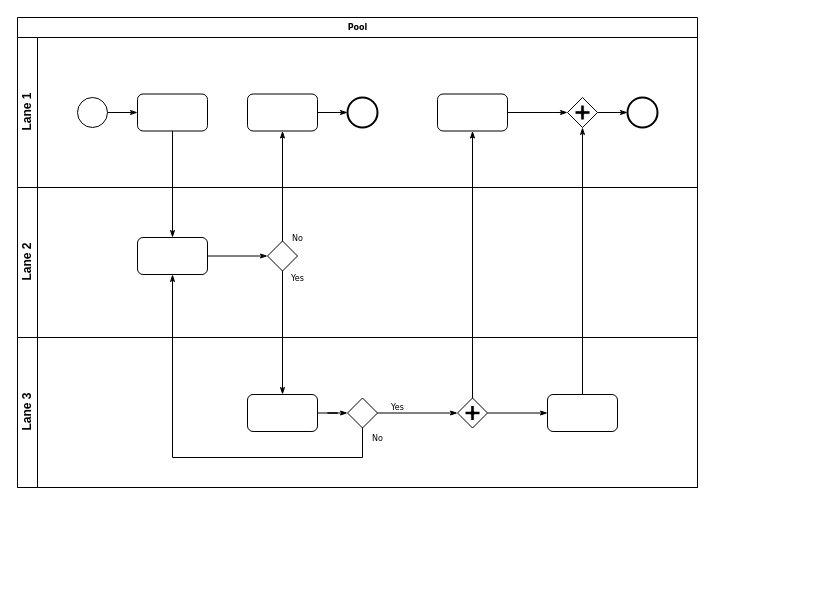
This is Untitled Diagram.drawio from 0sugo/posta, a draw.io file, before an edit. Source tidied: cells renumbered, new cells numbered last; positions are measured from the earlier drawing's top-left corner, leaving out a move shared by most shapes. Both pictures are drawn from the tidied source at 100%, with x=0, y=0 at pixel (17, 17).
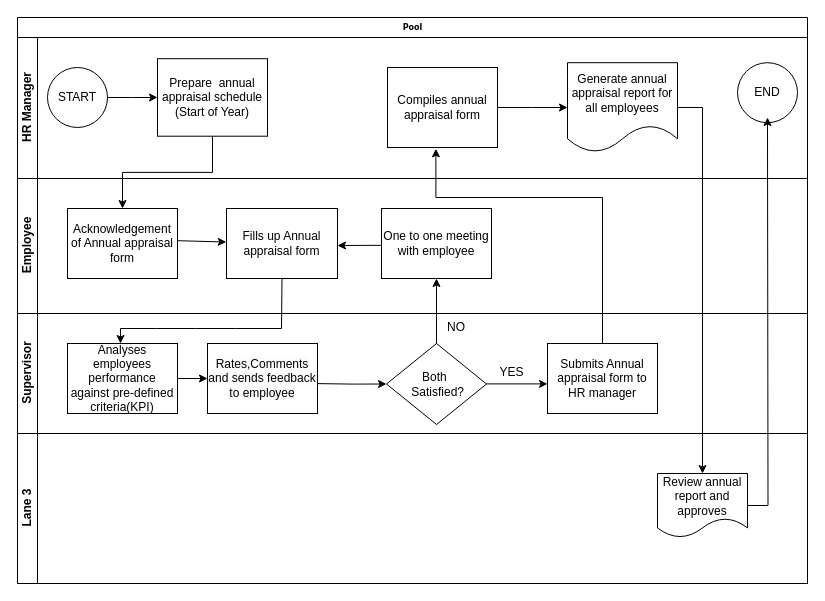
The same diagram, later.

What changed in the source:
```diff
@@
     <mxCell id="2" value="Pool" style="swimlane;html=1;horizontal=1;startSize=20;rounded=0;shadow=0;labelBackgroundColor=none;strokeWidth=1;fontFamily=Verdana;fontSize=8;align=center;" parent="1" vertex="1">
-      <mxGeometry width="680" height="470" as="geometry" />
+      <mxGeometry width="790" height="566" as="geometry" />
     </mxCell>
-    <mxCell id="3" value="Lane 1" style="swimlane;html=1;startSize=20;horizontal=0;" parent="2" vertex="1">
-      <mxGeometry y="20" width="680" height="150" as="geometry" />
-    </mxCell>
-    <mxCell id="4" style="edgeStyle=orthogonalEdgeStyle;rounded=0;html=1;labelBackgroundColor=none;startArrow=none;startFill=0;startSize=5;endArrow=classicThin;endFill=1;endSize=5;jettySize=auto;strokeWidth=1;fontFamily=Verdana;fontSize=8;" parent="3" edge="1" source="5" target="6">
-      <mxGeometry relative="1" as="geometry" />
-    </mxCell>
-    <mxCell id="5" style="ellipse;whiteSpace=wrap;html=1;rounded=0;shadow=0;labelBackgroundColor=none;strokeWidth=1;fontFamily=Verdana;fontSize=8;align=center;" parent="3" vertex="1">
-      <mxGeometry x="60" y="60" width="30" height="30" as="geometry" />
-    </mxCell>
-    <mxCell id="6" style="rounded=1;whiteSpace=wrap;html=1;shadow=0;labelBackgroundColor=none;strokeWidth=1;fontFamily=Verdana;fontSize=8;align=center;" parent="3" vertex="1">
-      <mxGeometry x="120" y="56.5" width="70" height="37" as="geometry" />
-    </mxCell>
-    <mxCell id="7" style="edgeStyle=orthogonalEdgeStyle;rounded=0;html=1;labelBackgroundColor=none;startArrow=none;startFill=0;startSize=5;endArrow=classicThin;endFill=1;endSize=5;jettySize=auto;strokeWidth=1;fontFamily=Verdana;fontSize=8;" parent="3" edge="1" source="8" target="9">
-      <mxGeometry relative="1" as="geometry" />
-    </mxCell>
-    <mxCell id="8" style="rounded=1;whiteSpace=wrap;html=1;shadow=0;labelBackgroundColor=none;strokeWidth=1;fontFamily=Verdana;fontSize=8;align=center;" parent="3" vertex="1">
-      <mxGeometry x="230" y="56.5" width="70" height="37" as="geometry" />
-    </mxCell>
-    <mxCell id="9" style="ellipse;whiteSpace=wrap;html=1;rounded=0;shadow=0;labelBackgroundColor=none;strokeWidth=2;fontFamily=Verdana;fontSize=8;align=center;" parent="3" vertex="1">
-      <mxGeometry x="330" y="60" width="30" height="30" as="geometry" />
-    </mxCell>
-    <mxCell id="10" style="edgeStyle=orthogonalEdgeStyle;rounded=0;html=1;entryX=0;entryY=0.5;labelBackgroundColor=none;startArrow=none;startFill=0;startSize=5;endArrow=classicThin;endFill=1;endSize=5;jettySize=auto;strokeWidth=1;fontFamily=Verdana;fontSize=8;" parent="3" edge="1" source="11" target="13">
-      <mxGeometry relative="1" as="geometry" />
-    </mxCell>
-    <mxCell id="11" style="rounded=1;whiteSpace=wrap;html=1;shadow=0;labelBackgroundColor=none;strokeWidth=1;fontFamily=Verdana;fontSize=8;align=center;" parent="3" vertex="1">
-      <mxGeometry x="420" y="56.5" width="70" height="37" as="geometry" />
-    </mxCell>
-    <mxCell id="12" style="edgeStyle=orthogonalEdgeStyle;rounded=0;html=1;labelBackgroundColor=none;startArrow=none;startFill=0;startSize=5;endArrow=classicThin;endFill=1;endSize=5;jettySize=auto;strokeWidth=1;fontFamily=Verdana;fontSize=8;" parent="3" edge="1" source="13" target="14">
-      <mxGeometry relative="1" as="geometry" />
-    </mxCell>
-    <mxCell id="13" style="shape=mxgraph.bpmn.shape;html=1;verticalLabelPosition=bottom;labelBackgroundColor=#ffffff;verticalAlign=top;perimeter=rhombusPerimeter;background=gateway;outline=none;symbol=parallelGw;rounded=1;shadow=0;strokeWidth=1;fontFamily=Verdana;fontSize=8;align=center;" parent="3" vertex="1">
-      <mxGeometry x="550" y="60" width="30" height="30" as="geometry" />
-    </mxCell>
-    <mxCell id="14" style="ellipse;whiteSpace=wrap;html=1;rounded=0;shadow=0;labelBackgroundColor=none;strokeWidth=2;fontFamily=Verdana;fontSize=8;align=center;" parent="3" vertex="1">
-      <mxGeometry x="610" y="60" width="30" height="30" as="geometry" />
-    </mxCell>
-    <mxCell id="15" value="Lane 2" style="swimlane;html=1;startSize=20;horizontal=0;" parent="2" vertex="1">
-      <mxGeometry y="170" width="680" height="150" as="geometry" />
-    </mxCell>
-    <mxCell id="16" style="edgeStyle=orthogonalEdgeStyle;rounded=0;html=1;labelBackgroundColor=none;startArrow=none;startFill=0;startSize=5;endArrow=classicThin;endFill=1;endSize=5;jettySize=auto;strokeWidth=1;fontFamily=Verdana;fontSize=8;" parent="15" edge="1" source="17" target="18">
-      <mxGeometry relative="1" as="geometry" />
-    </mxCell>
-    <mxCell id="17" style="rounded=1;whiteSpace=wrap;html=1;shadow=0;labelBackgroundColor=none;strokeWidth=1;fontFamily=Verdana;fontSize=8;align=center;" parent="15" vertex="1">
-      <mxGeometry x="120" y="50" width="70" height="37" as="geometry" />
-    </mxCell>
-    <mxCell id="18" style="strokeWidth=1;html=1;shape=mxgraph.flowchart.decision;whiteSpace=wrap;rounded=1;shadow=0;labelBackgroundColor=none;fontFamily=Verdana;fontSize=8;align=center;" parent="15" vertex="1">
-      <mxGeometry x="250" y="53.5" width="30" height="30" as="geometry" />
-    </mxCell>
+    <mxCell id="33" value="HR Manager" style="swimlane;html=1;startSize=20;horizontal=0;" parent="2" vertex="1">
+      <mxGeometry y="20" width="790" height="141" as="geometry" />
+    </mxCell>
+    <mxCell id="34" style="edgeStyle=orthogonalEdgeStyle;rounded=0;jettySize=auto;html=1;" parent="33" edge="1" source="35" target="36">
+      <mxGeometry relative="1" as="geometry" />
+    </mxCell>
+    <mxCell id="35" value="START" style="ellipse;whiteSpace=wrap;html=1;" parent="33" vertex="1">
+      <mxGeometry x="30" y="30" width="60" height="60" as="geometry" />
+    </mxCell>
+    <mxCell id="36" value="Prepare&amp;nbsp; annual appraisal schedule (Start of Year)" style="rounded=0;whiteSpace=wrap;html=1;fontFamily=Helvetica;fontSize=12;fontColor=#000000;align=center;" parent="33" vertex="1">
+      <mxGeometry x="140" y="21.2" width="110" height="77.5" as="geometry" />
+    </mxCell>
+    <mxCell id="37" value="Compiles annual appraisal form" style="rounded=0;whiteSpace=wrap;html=1;fontFamily=Helvetica;fontSize=12;fontColor=#000000;align=center;" parent="33" vertex="1">
+      <mxGeometry x="370" y="30" width="110" height="80" as="geometry" />
+    </mxCell>
+    <mxCell id="38" style="edgeStyle=orthogonalEdgeStyle;rounded=0;jettySize=auto;html=1;endArrow=classic;endFill=1;" parent="33" edge="1" source="37">
+      <mxGeometry relative="1" as="geometry">
+        <mxPoint x="550" y="70" as="targetPoint" />
+      </mxGeometry>
+    </mxCell>
+    <mxCell id="39" value="Generate annual appraisal report for all employees" style="shape=document;whiteSpace=wrap;html=1;boundedLbl=1;" parent="33" vertex="1">
+      <mxGeometry x="550" y="25.2" width="110" height="89.5" as="geometry" />
+    </mxCell>
+    <mxCell id="40" value="END" style="ellipse;whiteSpace=wrap;html=1;" parent="33" vertex="1">
+      <mxGeometry x="720" y="25.2" width="60" height="60" as="geometry" />
+    </mxCell>
+    <mxCell id="41" value="Employee" style="swimlane;html=1;startSize=20;horizontal=0;" parent="2" vertex="1">
+      <mxGeometry y="161" width="790" height="135" as="geometry" />
+    </mxCell>
+    <mxCell id="42" value="Acknowledgement of Annual appraisal form" style="rounded=0;whiteSpace=wrap;html=1;fontFamily=Helvetica;fontSize=12;fontColor=#000000;align=center;" parent="41" vertex="1">
+      <mxGeometry x="50" y="30" width="110" height="70" as="geometry" />
+    </mxCell>
+    <mxCell id="43" value="Fills up Annual appraisal form" style="rounded=0;whiteSpace=wrap;html=1;fontFamily=Helvetica;fontSize=12;fontColor=#000000;align=center;" parent="41" vertex="1">
+      <mxGeometry x="209" y="30" width="111" height="70" as="geometry" />
+    </mxCell>
+    <mxCell id="44" style="endArrow=classic;html=1;rounded=0;entryX=-0.002;entryY=0.479;entryDx=0;entryDy=0;entryPerimeter=0;" parent="41" edge="1" target="43">
+      <mxGeometry relative="1" as="geometry">
+        <mxPoint x="160" y="62.2" as="sourcePoint" />
+      </mxGeometry>
+    </mxCell>
+    <mxCell id="45" value="One to one meeting with employee" style="rounded=0;whiteSpace=wrap;html=1;fontFamily=Helvetica;fontSize=12;fontColor=#000000;align=center;" parent="41" vertex="1">
+      <mxGeometry x="364" y="30" width="110" height="70" as="geometry" />
+    </mxCell>
+    <mxCell id="46" style="endArrow=classic;html=1;rounded=0;exitX=-0.001;exitY=0.526;exitDx=0;exitDy=0;exitPerimeter=0;" parent="41" edge="1" source="45">
+      <mxGeometry relative="1" as="geometry">
+        <mxPoint x="320" y="67" as="targetPoint" />
+      </mxGeometry>
+    </mxCell>
+    <mxCell id="47" value="Supervisor" style="swimlane;html=1;startSize=20;horizontal=0;" parent="2" vertex="1">
+      <mxGeometry y="296" width="790" height="120" as="geometry" />
+    </mxCell>
+    <mxCell id="48" value="Analyses employees performance against pre-defined criteria(KPI)" style="rounded=0;whiteSpace=wrap;html=1;fontFamily=Helvetica;fontSize=12;fontColor=#000000;align=center;" parent="47" vertex="1">
+      <mxGeometry x="50" y="30" width="110" height="70" as="geometry" />
+    </mxCell>
+    <mxCell id="49" value="&lt;span style=&quot;color: rgb(0, 0, 0); font-family: Helvetica; font-size: 12px; font-style: normal; font-variant-ligatures: normal; font-variant-caps: normal; font-weight: 400; letter-spacing: normal; orphans: 2; text-align: center; text-indent: 0px; text-transform: none; widows: 2; word-spacing: 0px; -webkit-text-stroke-width: 0px; background-color: rgb(251, 251, 251); text-decoration-thickness: initial; text-decoration-style: initial; text-decoration-color: initial; float: none; display: inline !important;&quot;&gt;Rates,Comments and sends feedback to employee&lt;/span&gt;" style="rounded=0;whiteSpace=wrap;html=1;fontFamily=Helvetica;fontSize=12;fontColor=#000000;align=center;" parent="47" vertex="1">
+      <mxGeometry x="190" y="30" width="110" height="70" as="geometry" />
+    </mxCell>
+    <mxCell id="50" value="Submits Annual appraisal form to HR manager" style="rounded=0;whiteSpace=wrap;html=1;fontFamily=Helvetica;fontSize=12;fontColor=#000000;align=center;" parent="47" vertex="1">
+      <mxGeometry x="530" y="30" width="110" height="70" as="geometry" />
+    </mxCell>
+    <mxCell id="51" style="endArrow=classic;html=1;rounded=0;exitX=0.5;exitY=1;exitDx=0;exitDy=0;" parent="47" edge="1" source="43">
+      <mxGeometry relative="1" as="geometry">
+        <mxPoint x="103" y="30" as="targetPoint" />
+        <Array as="points">
+          <mxPoint x="264" y="15" />
+          <mxPoint x="218" y="15" />
+          <mxPoint x="178" y="15" />
+          <mxPoint x="139" y="15" />
+          <mxPoint x="103" y="15" />
+        </Array>
+      </mxGeometry>
+    </mxCell>
+    <mxCell id="52" style="endArrow=classic;html=1;rounded=0;entryX=0;entryY=0.5;entryDx=0;entryDy=0;" parent="47" edge="1" target="49">
+      <mxGeometry relative="1" as="geometry">
+        <mxPoint x="160" y="65" as="sourcePoint" />
+      </mxGeometry>
+    </mxCell>
+    <mxCell id="53" value="Both&amp;nbsp;&lt;br&gt;&amp;nbsp;Satisfied?" style="rhombus;whiteSpace=wrap;html=1;fontFamily=Helvetica;fontSize=12;fontColor=#000000;align=center;" parent="47" vertex="1">
+      <mxGeometry x="369" y="30" width="100" height="81" as="geometry" />
+    </mxCell>
+    <mxCell id="54" style="edgeStyle=orthogonalEdgeStyle;rounded=0;jettySize=auto;html=1;endArrow=classic;endFill=1;entryX=0;entryY=0.5;entryDx=0;entryDy=0;" parent="47" edge="1" target="53">
+      <mxGeometry relative="1" as="geometry">
+        <mxPoint x="300" y="70.1" as="sourcePoint" />
+      </mxGeometry>
+    </mxCell>
+    <mxCell id="55" style="endArrow=classic;html=1;rounded=0;" parent="47" edge="1">
+      <mxGeometry relative="1" as="geometry">
+        <mxPoint x="469" y="70.4" as="sourcePoint" />
+        <mxPoint x="530" y="70.4" as="targetPoint" />
+      </mxGeometry>
+    </mxCell>
+    <mxCell id="56" value="NO" style="text;html=1;align=center;verticalAlign=middle;whiteSpace=wrap;rounded=0;" parent="47" vertex="1">
+      <mxGeometry x="409" width="60" height="28" as="geometry" />
+    </mxCell>
+    <mxCell id="57" value="YES" style="text;html=1;align=center;verticalAlign=middle;strokeColor=none;fillColor=none;" parent="47" vertex="1">
+      <mxGeometry x="469" y="44" width="50" height="30" as="geometry" />
+    </mxCell>
     <mxCell id="19" value="Lane 3" style="swimlane;html=1;startSize=20;horizontal=0;" parent="2" vertex="1">
-      <mxGeometry y="320" width="680" height="150" as="geometry" />
+      <mxGeometry y="416" width="790" height="150" as="geometry" />
     </mxCell>
-    <mxCell id="20" style="edgeStyle=orthogonalEdgeStyle;rounded=0;html=1;labelBackgroundColor=none;startArrow=none;startFill=0;startSize=5;endArrow=classicThin;endFill=1;endSize=5;jettySize=auto;strokeWidth=1;fontFamily=Verdana;fontSize=8;" parent="19" edge="1" source="21" target="23">
-      <mxGeometry relative="1" as="geometry" />
-    </mxCell>
-    <mxCell id="21" style="rounded=1;whiteSpace=wrap;html=1;shadow=0;labelBackgroundColor=none;strokeWidth=1;fontFamily=Verdana;fontSize=8;align=center;" parent="19" vertex="1">
-      <mxGeometry x="230" y="57" width="70" height="37" as="geometry" />
-    </mxCell>
-    <mxCell id="22" value="Yes" style="edgeStyle=orthogonalEdgeStyle;rounded=0;html=1;entryX=0;entryY=0.5;labelBackgroundColor=none;startArrow=none;startFill=0;startSize=5;endArrow=classicThin;endFill=1;endSize=5;jettySize=auto;strokeWidth=1;fontFamily=Verdana;fontSize=8;" parent="19" edge="1" source="23" target="25">
-      <mxGeometry x="-0.5" y="6" relative="1" as="geometry" />
-    </mxCell>
-    <mxCell id="23" style="strokeWidth=1;html=1;shape=mxgraph.flowchart.decision;whiteSpace=wrap;rounded=1;shadow=0;labelBackgroundColor=none;fontFamily=Verdana;fontSize=8;align=center;" parent="19" vertex="1">
-      <mxGeometry x="330" y="60.5" width="30" height="30" as="geometry" />
-    </mxCell>
-    <mxCell id="24" style="edgeStyle=orthogonalEdgeStyle;rounded=0;html=1;labelBackgroundColor=none;startArrow=none;startFill=0;startSize=5;endArrow=classicThin;endFill=1;endSize=5;jettySize=auto;strokeColor=#000000;strokeWidth=1;fontFamily=Verdana;fontSize=8;fontColor=#000000;" parent="19" edge="1" source="25" target="26">
-      <mxGeometry relative="1" as="geometry" />
-    </mxCell>
-    <mxCell id="25" style="shape=mxgraph.bpmn.shape;html=1;verticalLabelPosition=bottom;labelBackgroundColor=#ffffff;verticalAlign=top;perimeter=rhombusPerimeter;background=gateway;outline=none;symbol=parallelGw;rounded=1;shadow=0;strokeWidth=1;fontFamily=Verdana;fontSize=8;align=center;" parent="19" vertex="1">
-      <mxGeometry x="440" y="60.5" width="30" height="30" as="geometry" />
-    </mxCell>
-    <mxCell id="26" style="rounded=1;whiteSpace=wrap;html=1;shadow=0;labelBackgroundColor=none;strokeWidth=1;fontFamily=Verdana;fontSize=8;align=center;" parent="19" vertex="1">
-      <mxGeometry x="530" y="57" width="70" height="37" as="geometry" />
-    </mxCell>
-    <mxCell id="27" style="edgeStyle=orthogonalEdgeStyle;rounded=0;html=1;labelBackgroundColor=none;startArrow=none;startFill=0;startSize=5;endArrow=classicThin;endFill=1;endSize=5;jettySize=auto;strokeWidth=1;fontFamily=Verdana;fontSize=8;" parent="2" edge="1" source="6" target="17">
-      <mxGeometry relative="1" as="geometry" />
-    </mxCell>
-    <mxCell id="28" value="No" style="edgeStyle=orthogonalEdgeStyle;rounded=0;html=1;labelBackgroundColor=none;startArrow=none;startFill=0;startSize=5;endArrow=classicThin;endFill=1;endSize=5;jettySize=auto;strokeWidth=1;fontFamily=Verdana;fontSize=8;" parent="2" edge="1" source="18" target="8">
-      <mxGeometry x="-0.94" y="-15" relative="1" as="geometry" />
-    </mxCell>
-    <mxCell id="29" value="Yes" style="edgeStyle=orthogonalEdgeStyle;rounded=0;html=1;labelBackgroundColor=none;startArrow=none;startFill=0;startSize=5;endArrow=classicThin;endFill=1;endSize=5;jettySize=auto;strokeWidth=1;fontFamily=Verdana;fontSize=8;" parent="2" edge="1" source="18" target="21">
-      <mxGeometry x="-0.89" y="15" relative="1" as="geometry" />
-    </mxCell>
-    <mxCell id="30" style="edgeStyle=orthogonalEdgeStyle;rounded=0;html=1;entryX=0.5;entryY=1;labelBackgroundColor=none;startArrow=none;startFill=0;startSize=5;endArrow=classicThin;endFill=1;endSize=5;jettySize=auto;strokeWidth=1;fontFamily=Verdana;fontSize=8;" parent="2" edge="1" source="26" target="13">
-      <mxGeometry relative="1" as="geometry" />
-    </mxCell>
-    <mxCell id="31" value="No" style="edgeStyle=orthogonalEdgeStyle;rounded=0;html=1;labelBackgroundColor=none;startArrow=none;startFill=0;startSize=5;endArrow=classicThin;endFill=1;endSize=5;jettySize=auto;strokeWidth=1;fontFamily=Verdana;fontSize=8;" parent="2" edge="1" source="23" target="17">
-      <mxGeometry x="-0.95" y="15" relative="1" as="geometry">
-        <Array as="points">
-          <mxPoint x="345" y="440" />
-          <mxPoint x="155" y="440" />
-        </Array>
-      </mxGeometry>
-    </mxCell>
-    <mxCell id="32" style="edgeStyle=orthogonalEdgeStyle;rounded=0;html=1;labelBackgroundColor=none;startArrow=none;startFill=0;startSize=5;endArrow=classicThin;endFill=1;endSize=5;jettySize=auto;strokeWidth=1;fontFamily=Verdana;fontSize=8;" parent="2" edge="1" source="25" target="11">
-      <mxGeometry relative="1" as="geometry" />
-    </mxCell>
+    <mxCell id="58" style="edgeStyle=orthogonalEdgeStyle;rounded=0;jettySize=auto;html=1;exitX=1;exitY=0.5;exitDx=0;exitDy=0;" parent="19" edge="1" source="59">
+      <mxGeometry relative="1" as="geometry">
+        <mxPoint x="750" y="-316" as="targetPoint" />
+      </mxGeometry>
+    </mxCell>
+    <mxCell id="59" value="Review annual report and approves" style="shape=document;whiteSpace=wrap;html=1;boundedLbl=1;" parent="19" vertex="1">
+      <mxGeometry x="640" y="40" width="90" height="64" as="geometry" />
+    </mxCell>
+    <mxCell id="60" style="edgeStyle=orthogonalEdgeStyle;rounded=0;jettySize=auto;html=1;exitX=0.5;exitY=1;exitDx=0;exitDy=0;entryX=0.5;entryY=0;entryDx=0;entryDy=0;" parent="2" edge="1" source="36" target="42">
+      <mxGeometry relative="1" as="geometry" />
+    </mxCell>
+    <mxCell id="61" style="edgeStyle=orthogonalEdgeStyle;rounded=0;jettySize=auto;html=1;exitX=0.5;exitY=0;exitDx=0;exitDy=0;entryX=0.5;entryY=1;entryDx=0;entryDy=0;" parent="2" edge="1" source="53" target="45">
+      <mxGeometry relative="1" as="geometry" />
+    </mxCell>
+    <mxCell id="62" style="edgeStyle=orthogonalEdgeStyle;rounded=0;jettySize=auto;html=1;exitX=0.5;exitY=0;exitDx=0;exitDy=0;entryX=0.44;entryY=1.016;entryDx=0;entryDy=0;entryPerimeter=0;" parent="2" edge="1" source="50" target="37">
+      <mxGeometry relative="1" as="geometry">
+        <Array as="points">
+          <mxPoint x="585" y="180" />
+          <mxPoint x="418" y="180" />
+        </Array>
+      </mxGeometry>
+    </mxCell>
+    <mxCell id="63" style="edgeStyle=orthogonalEdgeStyle;rounded=0;jettySize=auto;html=1;exitX=1;exitY=0.5;exitDx=0;exitDy=0;" parent="2" edge="1" source="39" target="59">
+      <mxGeometry relative="1" as="geometry" />
+    </mxCell>
```
